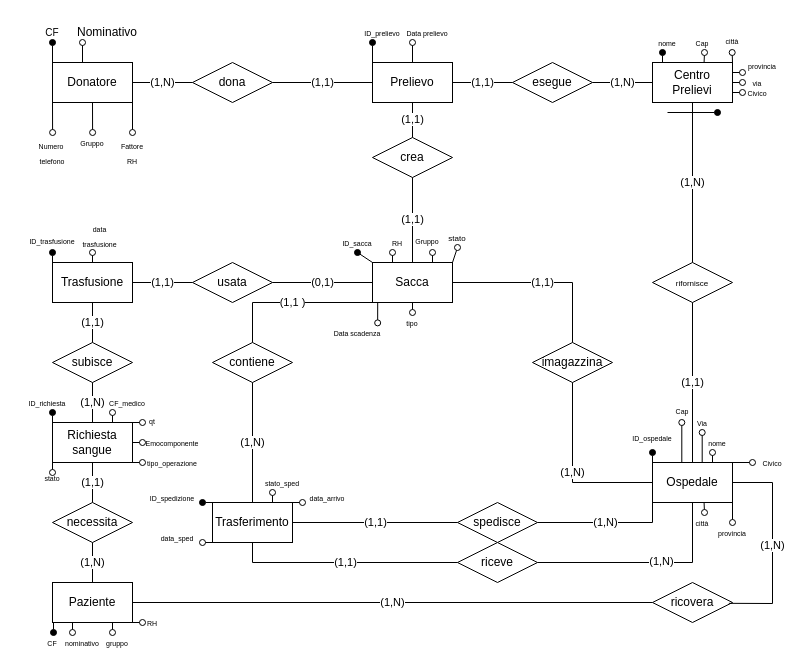
This is BancaDelSangueRistrutturato.drawio from giovanniveronese07-del/ProgettoBasiDiDati, a draw.io file, before an edit. Source tidied: cells renumbered, new cells numbered last; positions are measured from the earlier drawing's top-left corner, leaving out a move shared by most shapes. Both pictures are drawn from the tidied source at 100%, with x=0, y=0 at pixel (17, 17).
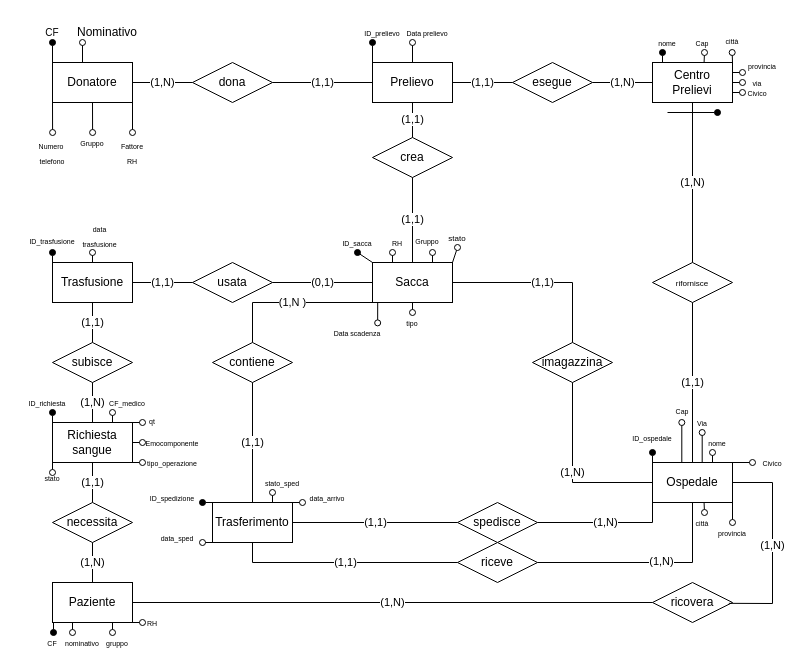
The same page after the edit.

Commit message (it also covers changes not shown here):
modificati i modelli er e er ristrutturato, aggiunte le query 3 4 5, completato il file c, sistemato piccolo errore nel file di creazione database e aggiunto il DROP IF EXISTS CASCADE

Unchanged cells that the change refers to:
```xml
<mxCell id="6" value="contiene" style="rhombus;whiteSpace=wrap;html=1;" parent="1" vertex="1">
  <mxGeometry x="195" y="325" width="80" height="40" as="geometry" />
</mxCell>
<mxCell id="15" value="Trasferimento" style="rounded=0;whiteSpace=wrap;html=1;" parent="1" vertex="1">
  <mxGeometry x="195" y="485" width="80" height="40" as="geometry" />
</mxCell>
```

The edit, as a diff of the source:
```diff
@@
-    <mxCell id="33" value="(1,N)" style="endArrow=none;html=1;rounded=0;entryX=0.5;entryY=0;entryDx=0;entryDy=0;exitX=0.5;exitY=1;exitDx=0;exitDy=0;" parent="1" edge="1" source="6" target="15">
+    <mxCell id="33" value="(1,1)" style="endArrow=none;html=1;rounded=0;entryX=0.5;entryY=0;entryDx=0;entryDy=0;exitX=0.5;exitY=1;exitDx=0;exitDy=0;" parent="1" edge="1" source="6" target="15">
       <mxGeometry relative="1" as="geometry" />
     </mxCell>
-    <mxCell id="34" value="(1,1 )" style="endArrow=none;html=1;rounded=0;exitX=0;exitY=1;exitDx=0;exitDy=0;entryX=0.5;entryY=0;entryDx=0;entryDy=0;" parent="1" edge="1" target="6">
+    <mxCell id="34" value="(1,N )" style="endArrow=none;html=1;rounded=0;exitX=0;exitY=1;exitDx=0;exitDy=0;entryX=0.5;entryY=0;entryDx=0;entryDy=0;" parent="1" edge="1" target="6">
       <mxGeometry relative="1" as="geometry">
         <mxPoint x="355" y="285" as="sourcePoint" />
         <Array as="points">
           <mxPoint x="235" y="285" />
         </Array>
       </mxGeometry>
     </mxCell>
```
